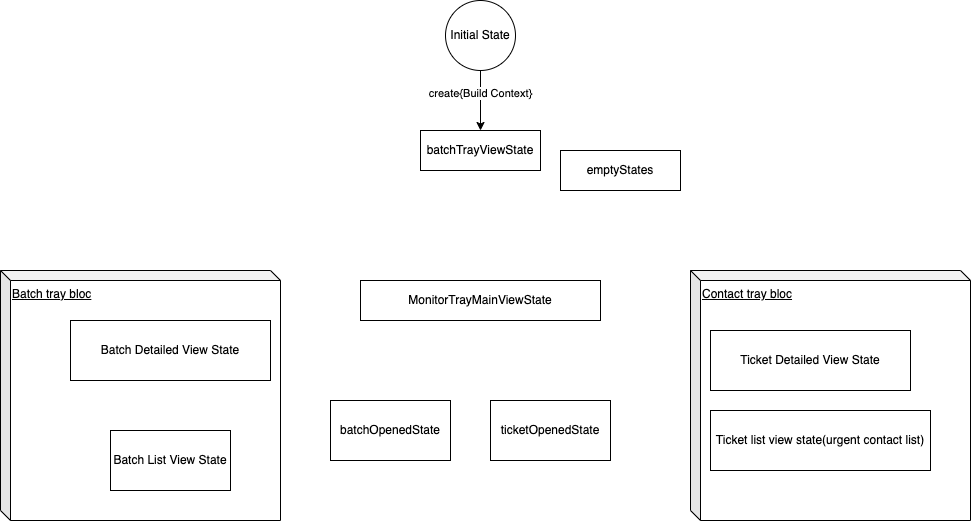
The draw.io diagram images/Untitled Diagram.drawio.png in aprilcao221/Digrams, before a commit. Source tidied: cells renumbered, new cells last; positions are measured from the earlier drawing's top-left corner, leaving out a move shared by most shapes.
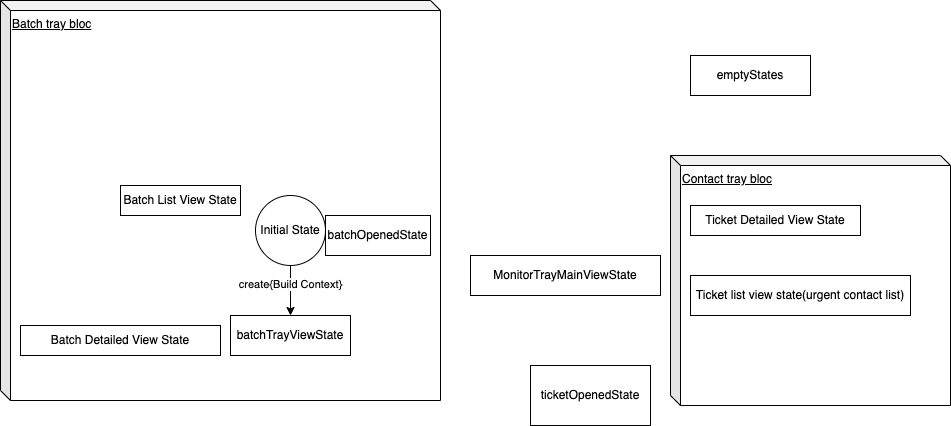
Above is the later version.

The edit, as a diff of the source:
```diff
@@ -8,41 +8,41 @@
     <mxCell id="3" value="create{Build Context}" style="edgeLabel;html=1;align=center;verticalAlign=middle;" parent="2" vertex="1">
       <mxGeometry x="-0.27" y="-1" relative="1" as="geometry" />
     </mxCell>
-    <mxCell id="4" value="Initial State" style="ellipse;whiteSpace=wrap;html=1;" parent="1" vertex="1">
-      <mxGeometry x="445" width="70" height="70" as="geometry" />
+    <mxCell id="4" value="Initial State" style="ellipse;whiteSpace=wrap;html=1;fillColor=none;" parent="1" vertex="1">
+      <mxGeometry x="215" y="230" width="70" height="70" as="geometry" />
     </mxCell>
-    <mxCell id="5" value="batchTrayViewState" style="rounded=0;whiteSpace=wrap;html=1;" parent="1" vertex="1">
-      <mxGeometry x="420" y="130" width="120" height="40" as="geometry" />
+    <mxCell id="5" value="batchTrayViewState" style="rounded=0;whiteSpace=wrap;html=1;fillColor=none;" parent="1" vertex="1">
+      <mxGeometry x="190" y="350" width="120" height="40" as="geometry" />
     </mxCell>
     <mxCell id="6" value="emptyStates" style="rounded=0;whiteSpace=wrap;html=1;" parent="1" vertex="1">
-      <mxGeometry x="560" y="150" width="120" height="40" as="geometry" />
+      <mxGeometry x="650" y="90" width="120" height="40" as="geometry" />
     </mxCell>
     <mxCell id="7" value="MonitorTrayMainViewState" style="rounded=0;whiteSpace=wrap;html=1;" parent="1" vertex="1">
-      <mxGeometry x="360" y="280" width="240" height="40" as="geometry" />
+      <mxGeometry x="430" y="290" width="190" height="40" as="geometry" />
     </mxCell>
     <mxCell id="8" value="ticketOpenedState" style="rounded=0;whiteSpace=wrap;html=1;" parent="1" vertex="1">
       <mxGeometry x="490" y="400" width="120" height="60" as="geometry" />
     </mxCell>
     <mxCell id="9" value="Ticket Detailed View State" style="rounded=0;whiteSpace=wrap;html=1;" parent="1" vertex="1">
-      <mxGeometry x="710" y="330" width="200" height="60" as="geometry" />
+      <mxGeometry x="650" y="240" width="170" height="30" as="geometry" />
     </mxCell>
     <mxCell id="10" value="batchOpenedState" style="rounded=0;whiteSpace=wrap;html=1;" parent="1" vertex="1">
-      <mxGeometry x="330" y="400" width="120" height="60" as="geometry" />
+      <mxGeometry x="285" y="250" width="105" height="40" as="geometry" />
     </mxCell>
-    <mxCell id="11" value="Batch Detailed View State" style="rounded=0;whiteSpace=wrap;html=1;" parent="1" vertex="1">
-      <mxGeometry x="70" y="320" width="200" height="60" as="geometry" />
+    <mxCell id="11" value="Batch Detailed View State" style="rounded=0;whiteSpace=wrap;html=1;fillColor=none;" parent="1" vertex="1">
+      <mxGeometry x="-20" y="360" width="200" height="30" as="geometry" />
     </mxCell>
     <mxCell id="12" value="&lt;u&gt;Batch tray bloc&lt;/u&gt;" style="shape=cube;whiteSpace=wrap;html=1;boundedLbl=1;backgroundOutline=1;darkOpacity=0.05;darkOpacity2=0.1;size=10;align=left;verticalAlign=top;fillColor=none;" parent="1" vertex="1">
-      <mxGeometry y="270" width="280" height="250" as="geometry" />
+      <mxGeometry x="-40" y="35" width="440" height="400" as="geometry" />
     </mxCell>
     <mxCell id="13" value="&lt;u&gt;Contact tray bloc&lt;/u&gt;" style="shape=cube;whiteSpace=wrap;html=1;boundedLbl=1;backgroundOutline=1;darkOpacity=0.05;darkOpacity2=0.1;size=10;align=left;verticalAlign=top;fillColor=none;" parent="1" vertex="1">
-      <mxGeometry x="690" y="270" width="280" height="250" as="geometry" />
+      <mxGeometry x="630" y="190" width="280" height="250" as="geometry" />
     </mxCell>
     <mxCell id="14" value="Batch List View State" style="rounded=0;whiteSpace=wrap;html=1;fillColor=none;" parent="1" vertex="1">
-      <mxGeometry x="110" y="430" width="120" height="60" as="geometry" />
+      <mxGeometry x="80" y="220" width="120" height="30" as="geometry" />
     </mxCell>
     <mxCell id="15" value="Ticket list view state(urgent contact list)" style="rounded=0;whiteSpace=wrap;html=1;fillColor=none;" parent="1" vertex="1">
-      <mxGeometry x="710" y="410" width="220" height="60" as="geometry" />
+      <mxGeometry x="650" y="310" width="220" height="40" as="geometry" />
     </mxCell>
   </root>
 </mxGraphModel>
```
